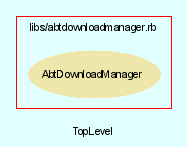
This is src/trunk/doc/dot/f_1.png from eschabell/abtlinux, a Graphviz export, as it was before one commit. Its source is kept beside it as src/trunk/doc/dot/f_1.dot.
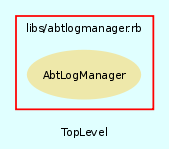
After the change.

Diff of the diagram source:
```diff
@@ -13,14 +13,14 @@
     subgraph cluster_2 {
         fontname = Arial
         color = red
-        label = "libs/abtdownloadmanager.rb"
-        AbtDownloadManager [
+        label = "libs/abtlogmanager.rb"
+        AbtLogManager [
             fontcolor = black,
-            URL = "classes/AbtDownloadManager.html",
+            URL = "classes/AbtLogManager.html",
             shape = ellipse,
             color = palegoldenrod,
             style = filled,
-            label = "AbtDownloadManager"
+            label = "AbtLogManager"
         ]
 
     }
```
